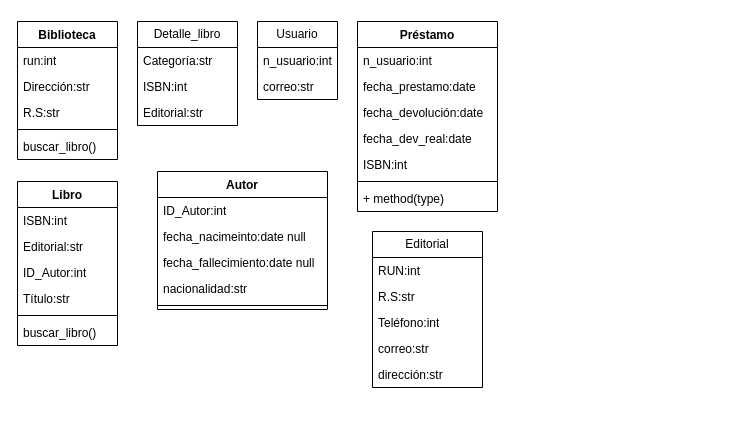
Earlier version of the draw.io diagram Diagrama sin título.drawio (Wiccaos/POO). Source tidied: cells renumbered, new cells numbered last; positions are measured from the earlier drawing's top-left corner, leaving out a move shared by most shapes. Both pictures are drawn from the tidied source at 100%, with x=0, y=0 at pixel (17, 21).
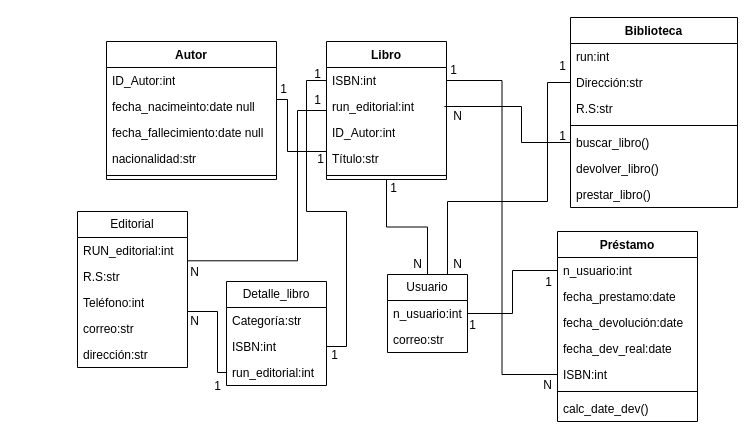
The same diagram, later.

Unchanged cells that the change refers to:
```xml
<mxCell id="23" value="ISBN:int" style="text;strokeColor=none;fillColor=none;align=left;verticalAlign=top;spacingLeft=4;spacingRight=4;overflow=hidden;points=[[0,0.5],[1,0.5]];portConstraint=eastwest;whiteSpace=wrap;html=1;" parent="21" vertex="1">
  <mxGeometry y="52" width="100" height="26" as="geometry" />
</mxCell>
<mxCell id="32" value="n_usuario:int" style="text;strokeColor=none;fillColor=none;align=left;verticalAlign=top;spacingLeft=4;spacingRight=4;overflow=hidden;points=[[0,0.5],[1,0.5]];portConstraint=eastwest;whiteSpace=wrap;html=1;" parent="31" vertex="1">
  <mxGeometry y="26" width="80" height="26" as="geometry" />
</mxCell>
<mxCell id="35" value="n_usuario:int" style="text;strokeColor=none;fillColor=none;align=left;verticalAlign=top;spacingLeft=4;spacingRight=4;overflow=hidden;points=[[0,0.5],[1,0.5]];portConstraint=eastwest;whiteSpace=wrap;html=1;" parent="34" vertex="1">
  <mxGeometry y="26" width="140" height="26" as="geometry" />
</mxCell>
<mxCell id="39" value="ISBN:int" style="text;strokeColor=none;fillColor=none;align=left;verticalAlign=top;spacingLeft=4;spacingRight=4;overflow=hidden;points=[[0,0.5],[1,0.5]];portConstraint=eastwest;whiteSpace=wrap;html=1;" parent="34" vertex="1">
  <mxGeometry y="130" width="140" height="26" as="geometry" />
</mxCell>
```

Diff of the diagram source:
```diff
@@
+    <mxCell id="42" style="edgeStyle=orthogonalEdgeStyle;rounded=0;jettySize=auto;html=1;entryX=0.75;entryY=0;entryDx=0;entryDy=0;endArrow=none;endFill=0;exitX=0;exitY=0.5;exitDx=0;exitDy=0;" parent="1" edge="1" source="4" target="31">
+      <mxGeometry relative="1" as="geometry">
+        <Array as="points">
+          <mxPoint x="530" y="61" />
+          <mxPoint x="530" y="180" />
+          <mxPoint x="430" y="180" />
+        </Array>
+      </mxGeometry>
+    </mxCell>
     <mxCell id="2" value="Biblioteca" style="swimlane;fontStyle=1;align=center;verticalAlign=top;horizontal=1;startSize=26;whiteSpace=wrap;html=1;" parent="1" vertex="1">
-      <mxGeometry width="100" height="138" as="geometry" />
+      <mxGeometry x="553" y="-4" width="167" height="190" as="geometry" />
     </mxCell>
     <mxCell id="3" value="run:int" style="text;strokeColor=none;fillColor=none;align=left;verticalAlign=top;spacingLeft=4;spacingRight=4;overflow=hidden;whiteSpace=wrap;html=1;" parent="2" vertex="1">
-      <mxGeometry y="26" width="100" height="26" as="geometry" />
+      <mxGeometry y="26" width="167" height="26" as="geometry" />
     </mxCell>
     <mxCell id="4" value="Dirección:str" style="text;strokeColor=none;fillColor=none;align=left;verticalAlign=top;spacingLeft=4;spacingRight=4;overflow=hidden;points=[[0,0.5],[1,0.5]];portConstraint=eastwest;whiteSpace=wrap;html=1;" parent="2" vertex="1">
-      <mxGeometry y="52" width="100" height="26" as="geometry" />
+      <mxGeometry y="52" width="167" height="26" as="geometry" />
     </mxCell>
     <mxCell id="5" value="R.S:str" style="text;strokeColor=none;fillColor=none;align=left;verticalAlign=top;spacingLeft=4;spacingRight=4;overflow=hidden;whiteSpace=wrap;html=1;" parent="2" vertex="1">
-      <mxGeometry y="78" width="100" height="26" as="geometry" />
+      <mxGeometry y="78" width="167" height="26" as="geometry" />
     </mxCell>
     <mxCell id="6" style="line;strokeWidth=1;fillColor=none;align=left;verticalAlign=middle;spacingTop=-1;spacingLeft=3;spacingRight=3;labelPosition=right;strokeColor=inherit;" parent="2" vertex="1">
-      <mxGeometry y="104" width="100" height="8" as="geometry" />
+      <mxGeometry y="104" width="167" height="8" as="geometry" />
     </mxCell>
     <mxCell id="7" value="buscar_libro()" style="text;strokeColor=none;fillColor=none;align=left;verticalAlign=top;spacingLeft=4;spacingRight=4;overflow=hidden;points=[[0,0.5],[1,0.5]];portConstraint=eastwest;whiteSpace=wrap;html=1;" parent="2" vertex="1">
-      <mxGeometry y="112" width="100" height="26" as="geometry" />
+      <mxGeometry y="112" width="167" height="26" as="geometry" />
     </mxCell>
+    <mxCell id="43" value="devolver_libro()" style="text;strokeColor=none;fillColor=none;align=left;verticalAlign=top;spacingLeft=4;spacingRight=4;overflow=hidden;whiteSpace=wrap;html=1;" parent="2" vertex="1">
+      <mxGeometry y="138" width="167" height="26" as="geometry" />
+    </mxCell>
+    <mxCell id="44" value="prestar_libro()" style="text;strokeColor=none;fillColor=none;align=left;verticalAlign=top;spacingLeft=4;spacingRight=4;overflow=hidden;whiteSpace=wrap;html=1;" parent="2" vertex="1">
+      <mxGeometry y="164" width="167" height="26" as="geometry" />
+    </mxCell>
     <mxCell id="8" value="Libro" style="swimlane;fontStyle=1;align=center;verticalAlign=top;horizontal=1;startSize=26;whiteSpace=wrap;html=1;" parent="1" vertex="1">
-      <mxGeometry y="160" width="100" height="164" as="geometry" />
+      <mxGeometry x="309" y="20" width="120" height="138" as="geometry" />
     </mxCell>
     <mxCell id="9" value="ISBN:int" style="text;strokeColor=none;fillColor=none;align=left;verticalAlign=top;spacingLeft=4;spacingRight=4;overflow=hidden;points=[[0,0.5],[1,0.5]];portConstraint=eastwest;whiteSpace=wrap;html=1;" parent="8" vertex="1">
-      <mxGeometry y="26" width="100" height="26" as="geometry" />
+      <mxGeometry y="26" width="120" height="26" as="geometry" />
     </mxCell>
-    <mxCell id="10" value="Editorial:str" style="text;strokeColor=none;fillColor=none;align=left;verticalAlign=top;spacingLeft=4;spacingRight=4;overflow=hidden;whiteSpace=wrap;html=1;" parent="8" vertex="1">
-      <mxGeometry y="52" width="100" height="26" as="geometry" />
+    <mxCell id="10" value="run_editorial:int" style="text;strokeColor=none;fillColor=none;align=left;verticalAlign=top;spacingLeft=4;spacingRight=4;overflow=hidden;whiteSpace=wrap;html=1;" parent="8" vertex="1">
+      <mxGeometry y="52" width="120" height="26" as="geometry" />
     </mxCell>
     <mxCell id="11" value="ID_Autor:int" style="text;strokeColor=none;fillColor=none;align=left;verticalAlign=top;spacingLeft=4;spacingRight=4;overflow=hidden;whiteSpace=wrap;html=1;" parent="8" vertex="1">
-      <mxGeometry y="78" width="100" height="26" as="geometry" />
+      <mxGeometry y="78" width="120" height="26" as="geometry" />
     </mxCell>
     <mxCell id="12" value="Título:str" style="text;strokeColor=none;fillColor=none;align=left;verticalAlign=top;spacingLeft=4;spacingRight=4;overflow=hidden;whiteSpace=wrap;html=1;" parent="8" vertex="1">
-      <mxGeometry y="104" width="100" height="26" as="geometry" />
+      <mxGeometry y="104" width="120" height="26" as="geometry" />
     </mxCell>
     <mxCell id="13" style="line;strokeWidth=1;fillColor=none;align=left;verticalAlign=middle;spacingTop=-1;spacingLeft=3;spacingRight=3;labelPosition=right;strokeColor=inherit;" parent="8" vertex="1">
-      <mxGeometry y="130" width="100" height="8" as="geometry" />
+      <mxGeometry y="130" width="120" height="8" as="geometry" />
     </mxCell>
-    <mxCell id="14" value="buscar_libro()" style="text;strokeColor=none;fillColor=none;align=left;verticalAlign=top;spacingLeft=4;spacingRight=4;overflow=hidden;whiteSpace=wrap;html=1;" parent="8" vertex="1">
-      <mxGeometry y="138" width="100" height="26" as="geometry" />
-    </mxCell>
     <mxCell id="15" value="Autor" style="swimlane;fontStyle=1;align=center;verticalAlign=top;horizontal=1;startSize=26;whiteSpace=wrap;html=1;" parent="1" vertex="1">
-      <mxGeometry x="140" y="150" width="170" height="138" as="geometry" />
+      <mxGeometry x="89" y="20" width="170" height="138" as="geometry" />
     </mxCell>
@@
     <mxCell id="21" value="Detalle_libro" style="swimlane;fontStyle=0;horizontal=1;startSize=26;fillColor=none;whiteSpace=wrap;html=1;" parent="1" vertex="1">
-      <mxGeometry x="120" width="100" height="104" as="geometry" />
+      <mxGeometry x="209" y="260" width="100" height="104" as="geometry" />
     </mxCell>
@@
-    <mxCell id="24" value="Editorial:str" style="text;strokeColor=none;fillColor=none;align=left;verticalAlign=top;spacingLeft=4;spacingRight=4;overflow=hidden;points=[[0,0.5],[1,0.5]];portConstraint=eastwest;whiteSpace=wrap;html=1;" parent="21" vertex="1">
+    <mxCell id="24" value="run_editorial:int" style="text;strokeColor=none;fillColor=none;align=left;verticalAlign=top;spacingLeft=4;spacingRight=4;overflow=hidden;points=[[0,0.5],[1,0.5]];portConstraint=eastwest;whiteSpace=wrap;html=1;" parent="21" vertex="1">
       <mxGeometry y="78" width="100" height="26" as="geometry" />
     </mxCell>
     <mxCell id="25" value="Editorial" style="swimlane;fontStyle=0;horizontal=1;startSize=26;fillColor=none;whiteSpace=wrap;html=1;" parent="1" vertex="1">
-      <mxGeometry x="355" y="210" width="110" height="156" as="geometry" />
+      <mxGeometry x="60" y="190" width="110" height="156" as="geometry" />
     </mxCell>
-    <mxCell id="26" value="RUN:int" style="text;strokeColor=none;fillColor=none;align=left;verticalAlign=top;spacingLeft=4;spacingRight=4;overflow=hidden;points=[[0,0.5],[1,0.5]];portConstraint=eastwest;whiteSpace=wrap;html=1;" parent="25" vertex="1">
+    <mxCell id="26" value="RUN_editorial:int" style="text;strokeColor=none;fillColor=none;align=left;verticalAlign=top;spacingLeft=4;spacingRight=4;overflow=hidden;points=[[0,0.5],[1,0.5]];portConstraint=eastwest;whiteSpace=wrap;html=1;" parent="25" vertex="1">
       <mxGeometry y="26" width="110" height="26" as="geometry" />
     </mxCell>
@@
+    <mxCell id="45" style="edgeStyle=orthogonalEdgeStyle;rounded=0;jettySize=auto;html=1;entryX=0.5;entryY=1;entryDx=0;entryDy=0;endArrow=none;endFill=0;" parent="1" edge="1" source="31" target="8">
+      <mxGeometry relative="1" as="geometry" />
+    </mxCell>
     <mxCell id="31" value="Usuario" style="swimlane;fontStyle=0;horizontal=1;startSize=26;fillColor=none;whiteSpace=wrap;html=1;" parent="1" vertex="1">
-      <mxGeometry x="240" width="80" height="78" as="geometry" />
+      <mxGeometry x="370" y="253" width="80" height="78" as="geometry" />
     </mxCell>
@@
     <mxCell id="34" value="Préstamo" style="swimlane;fontStyle=1;align=center;verticalAlign=top;horizontal=1;startSize=26;whiteSpace=wrap;html=1;" parent="1" vertex="1">
-      <mxGeometry x="340" width="140" height="190" as="geometry" />
+      <mxGeometry x="540" y="210" width="140" height="190" as="geometry" />
     </mxCell>
@@
-    <mxCell id="41" value="+ method(type)" style="text;strokeColor=none;fillColor=none;align=left;verticalAlign=top;spacingLeft=4;spacingRight=4;overflow=hidden;whiteSpace=wrap;html=1;" parent="34" vertex="1">
-      <mxGeometry y="164" width="140" height="26" as="geometry" />
-    </mxCell>
+    <mxCell id="46" value="calc_date_dev()" style="text;strokeColor=none;fillColor=none;align=left;verticalAlign=top;spacingLeft=4;spacingRight=4;overflow=hidden;whiteSpace=wrap;html=1;" parent="34" vertex="1">
+      <mxGeometry y="164" width="140" height="26" as="geometry" />
+    </mxCell>
+    <mxCell id="47" style="edgeStyle=orthogonalEdgeStyle;rounded=0;jettySize=auto;html=1;entryX=1;entryY=0.5;entryDx=0;entryDy=0;endArrow=none;endFill=0;" parent="1" edge="1" source="39" target="9">
+      <mxGeometry relative="1" as="geometry" />
+    </mxCell>
+    <mxCell id="48" style="edgeStyle=orthogonalEdgeStyle;rounded=0;jettySize=auto;html=1;entryX=1;entryY=0.5;entryDx=0;entryDy=0;endArrow=none;endFill=0;" parent="1" edge="1" source="35" target="32">
+      <mxGeometry relative="1" as="geometry" />
+    </mxCell>
+    <mxCell id="49" style="edgeStyle=orthogonalEdgeStyle;rounded=0;orthogonalLoop=1;jettySize=auto;html=1;entryX=1;entryY=0.5;entryDx=0;entryDy=0;endArrow=none;endFill=0;" parent="1" edge="1">
+      <mxGeometry relative="1" as="geometry">
+        <mxPoint x="309" y="130" as="sourcePoint" />
+        <mxPoint x="259" y="78" as="targetPoint" />
+        <Array as="points">
+          <mxPoint x="270" y="130" />
+          <mxPoint x="270" y="78" />
+        </Array>
+      </mxGeometry>
+    </mxCell>
+    <mxCell id="50" style="edgeStyle=orthogonalEdgeStyle;rounded=0;jettySize=auto;html=1;entryX=0;entryY=0.5;entryDx=0;entryDy=0;endArrow=none;endFill=0;" parent="1" edge="1" source="23" target="9">
+      <mxGeometry relative="1" as="geometry">
+        <Array as="points">
+          <mxPoint x="329" y="325" />
+          <mxPoint x="329" y="190" />
+          <mxPoint x="289" y="190" />
+          <mxPoint x="289" y="59" />
+        </Array>
+      </mxGeometry>
+    </mxCell>
+    <mxCell id="51" style="edgeStyle=orthogonalEdgeStyle;rounded=0;jettySize=auto;html=1;entryX=1;entryY=0.5;entryDx=0;entryDy=0;endArrow=none;endFill=0;" parent="1" edge="1" source="24" target="26">
+      <mxGeometry relative="1" as="geometry">
+        <Array as="points">
+          <mxPoint x="200" y="351" />
+          <mxPoint x="200" y="290" />
+          <mxPoint x="170" y="290" />
+        </Array>
+      </mxGeometry>
+    </mxCell>
+    <mxCell id="52" value="1" style="text;html=1;align=center;verticalAlign=middle;strokeColor=none;fillColor=none;" parent="1" vertex="1">
+      <mxGeometry x="530" y="30" width="30" height="30" as="geometry" />
+    </mxCell>
+    <mxCell id="53" value="N" style="text;html=1;align=center;verticalAlign=middle;strokeColor=none;fillColor=none;" parent="1" vertex="1">
+      <mxGeometry x="425" y="228" width="30" height="30" as="geometry" />
+    </mxCell>
+    <mxCell id="54" value="1" style="text;html=1;align=center;verticalAlign=middle;strokeColor=none;fillColor=none;" parent="1" vertex="1">
+      <mxGeometry x="530" y="100" width="30" height="30" as="geometry" />
+    </mxCell>
+    <mxCell id="55" value="N" style="text;html=1;align=center;verticalAlign=middle;points=[];strokeColor=none;fillColor=none;" parent="1" vertex="1">
+      <mxGeometry x="425" y="80" width="30" height="30" as="geometry" />
+    </mxCell>
+    <mxCell id="56" style="edgeStyle=orthogonalEdgeStyle;rounded=0;jettySize=auto;html=1;entryX=0.062;entryY=0.167;entryDx=0;entryDy=0;entryPerimeter=0;endArrow=none;endFill=0;" parent="1" edge="1" source="7" target="55">
+      <mxGeometry relative="1" as="geometry" />
+    </mxCell>
+    <mxCell id="57" value="1" style="text;html=1;align=center;verticalAlign=middle;strokeColor=none;fillColor=none;" parent="1" vertex="1">
+      <mxGeometry x="285" y="38" width="30" height="30" as="geometry" />
+    </mxCell>
+    <mxCell id="58" value="1" style="text;html=1;align=center;verticalAlign=middle;strokeColor=none;fillColor=none;" parent="1" vertex="1">
+      <mxGeometry x="302" y="319" width="30" height="30" as="geometry" />
+    </mxCell>
+    <mxCell id="59" style="edgeStyle=orthogonalEdgeStyle;rounded=0;jettySize=auto;html=1;entryX=1.003;entryY=0.896;entryDx=0;entryDy=0;entryPerimeter=0;endArrow=none;endFill=0;" parent="1" edge="1" source="8" target="26">
+      <mxGeometry relative="1" as="geometry">
+        <Array as="points">
+          <mxPoint x="280" y="89" />
+          <mxPoint x="280" y="239" />
+        </Array>
+      </mxGeometry>
+    </mxCell>
+    <mxCell id="60" value="1" style="text;html=1;align=center;verticalAlign=middle;strokeColor=none;fillColor=none;" parent="1" vertex="1">
+      <mxGeometry x="285" y="64" width="30" height="30" as="geometry" />
+    </mxCell>
+    <mxCell id="61" value="N" style="text;html=1;align=center;verticalAlign=middle;strokeColor=none;fillColor=none;" parent="1" vertex="1">
+      <mxGeometry x="162" y="236" width="30" height="30" as="geometry" />
+    </mxCell>
+    <mxCell id="62" value="1" style="text;html=1;align=center;verticalAlign=middle;strokeColor=none;fillColor=none;" parent="1" vertex="1">
+      <mxGeometry x="288" y="123" width="30" height="30" as="geometry" />
+    </mxCell>
+    <mxCell id="63" value="1" style="text;html=1;align=center;verticalAlign=middle;strokeColor=none;fillColor=none;" parent="1" vertex="1">
+      <mxGeometry x="251" y="53" width="30" height="30" as="geometry" />
+    </mxCell>
+    <mxCell id="64" value="1" style="text;html=1;align=center;verticalAlign=middle;strokeColor=none;fillColor=none;" parent="1" vertex="1">
+      <mxGeometry x="361" y="152" width="30" height="30" as="geometry" />
+    </mxCell>
+    <mxCell id="65" value="N" style="text;html=1;align=center;verticalAlign=middle;strokeColor=none;fillColor=none;" parent="1" vertex="1">
+      <mxGeometry x="385" y="228" width="30" height="30" as="geometry" />
+    </mxCell>
+    <mxCell id="66" value="1" style="text;html=1;align=center;verticalAlign=middle;strokeColor=none;fillColor=none;" parent="1" vertex="1">
+      <mxGeometry x="421" y="34" width="30" height="30" as="geometry" />
+    </mxCell>
+    <mxCell id="67" value="N" style="text;html=1;align=center;verticalAlign=middle;strokeColor=none;fillColor=none;" parent="1" vertex="1">
+      <mxGeometry x="515" y="349" width="30" height="30" as="geometry" />
+    </mxCell>
+    <mxCell id="68" value="1" style="text;html=1;align=center;verticalAlign=middle;strokeColor=none;fillColor=none;" parent="1" vertex="1">
+      <mxGeometry x="440" y="289" width="30" height="30" as="geometry" />
+    </mxCell>
+    <mxCell id="69" value="1" style="text;html=1;align=center;verticalAlign=middle;strokeColor=none;fillColor=none;" parent="1" vertex="1">
+      <mxGeometry x="516" y="246" width="30" height="30" as="geometry" />
+    </mxCell>
+    <mxCell id="70" value="1" style="text;html=1;align=center;verticalAlign=middle;strokeColor=none;fillColor=none;" parent="1" vertex="1">
+      <mxGeometry x="185" y="350" width="30" height="30" as="geometry" />
+    </mxCell>
+    <mxCell id="71" value="N" style="text;html=1;align=center;verticalAlign=middle;strokeColor=none;fillColor=none;" parent="1" vertex="1">
+      <mxGeometry x="162" y="285" width="30" height="30" as="geometry" />
+    </mxCell>
```
